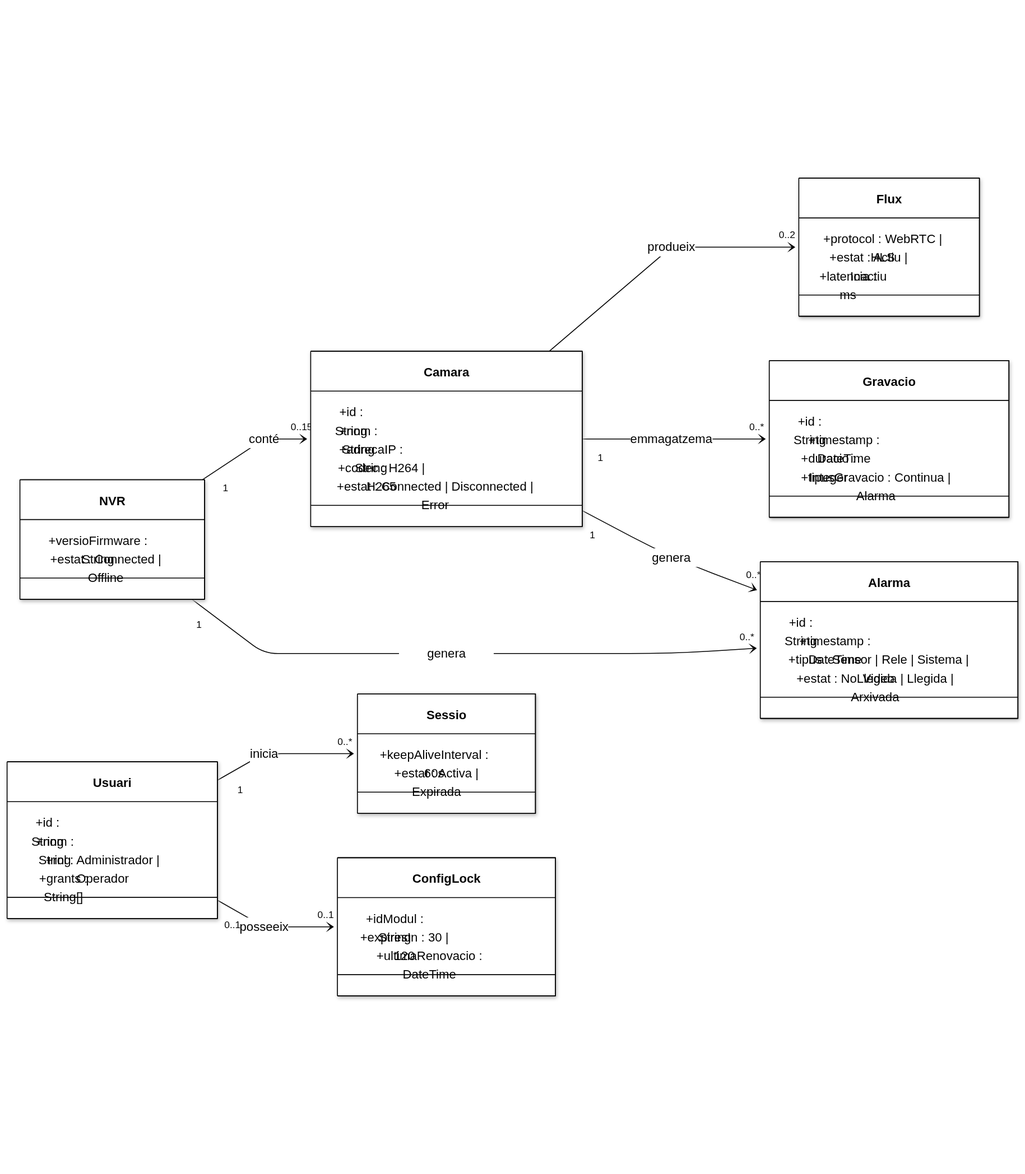
This is figures/diagrames/model_conceptual.png from janrosellcaba/tfg, a Mermaid export, as it was before one commit. Its source is kept beside it as figures/diagrames_src/model_conceptual.mmd.
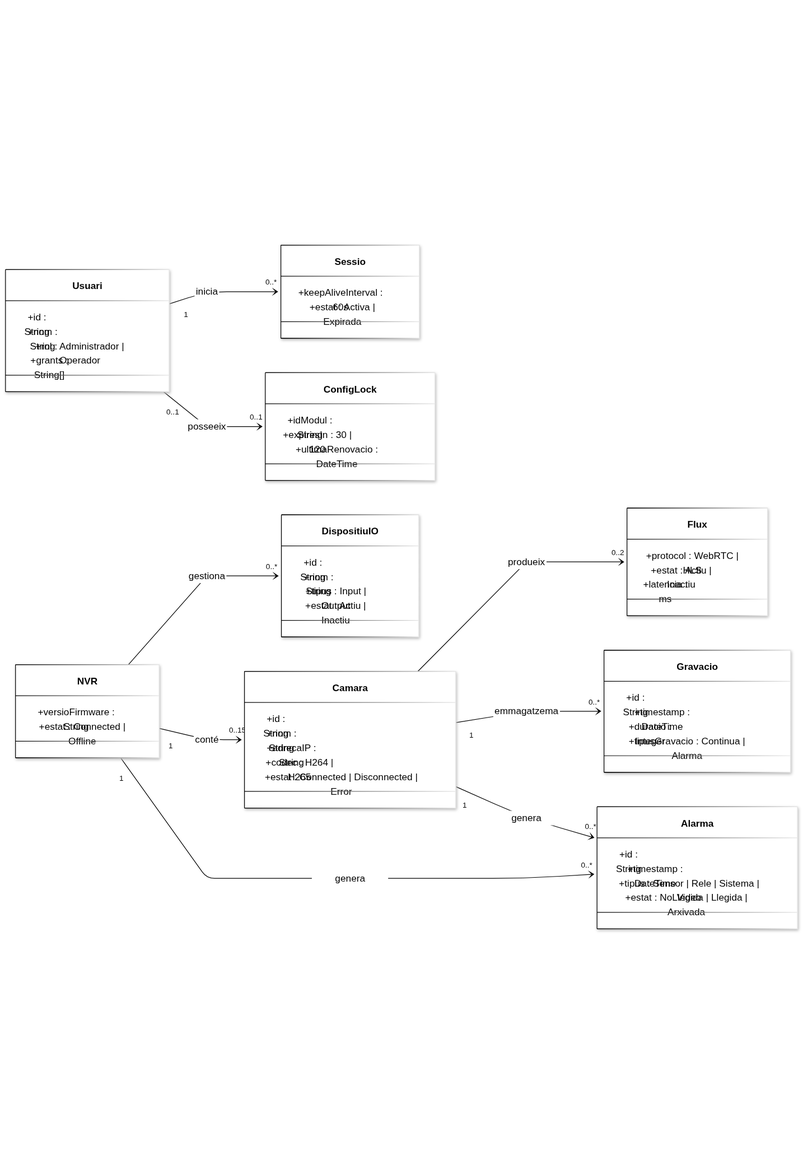
The same file after the commit.

The edit, as a diff of the source:
```diff
@@ -7,9 +7,10 @@
    'primaryBorderColor': '#000000',
    'lineColor': '#000000',
    'secondaryColor': '#ffffff',
-   'tertiaryColor': '#ffffff'
+   'tertiaryColor': '#ffffff',
+   'edgeLabelBackground': '#ffffff'
  },
- 'themeCSS': '.node rect, .node circle, .node polygon, .node path, .cluster rect { stroke: #000000 !important; stroke-width: 1px !important; filter: none !important; box-shadow: none !important; } .label { color: #000000 !important; }'
+ 'themeCSS': '.relationshipLabelBox { fill: #ffffff !important; opacity: 1 !important; } .edgeLabel rect { fill: #ffffff !important; stroke: none !important; } .edgeLabel span { background: #ffffff; padding: 0 2px; } .label { color: #000000 !important; }'
 }}%%
 
 classDiagram
@@ -66,6 +67,14 @@
     +ultimaRenovacio : DateTime
   }
 
+  class DispositiuIO {
+    +id : String
+    +nom : String
+    +tipus : Input | Output
+    +estat : Actiu | Inactiu
+  }
+  NVR "1" --> "0..*" DispositiuIO : gestiona
+
   NVR "1" --> "0..151" Camara : conté
   NVR "1" --> "0..*" Alarma : genera (Sistema)
 
```
